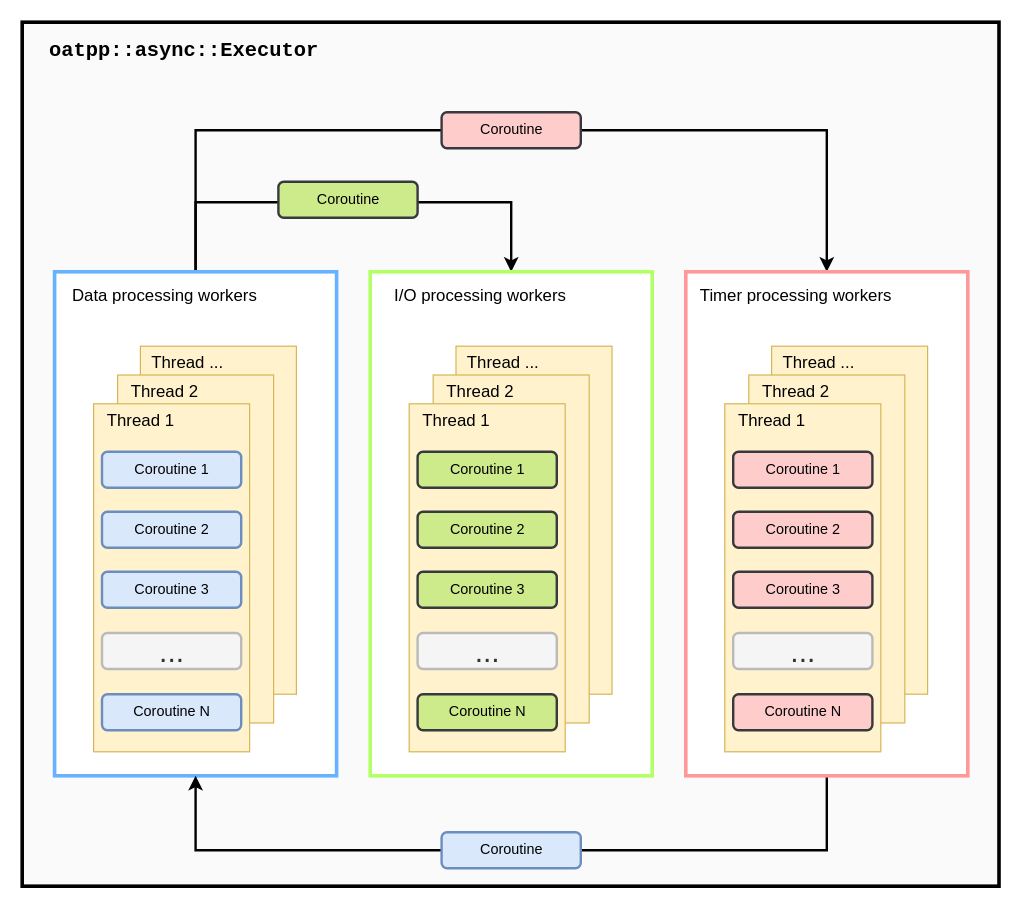
Before: diagram/src/oatpp_async_executor.drawio in lganzzzo/oatpp-website-res, a draw.io diagram. Source tidied: cells renumbered, new cells numbered last; positions are measured from the earlier drawing's top-left corner, leaving out a move shared by most shapes. Both pictures are drawn from the tidied source at 120%, with x=0, y=0 at pixel (22, 22).
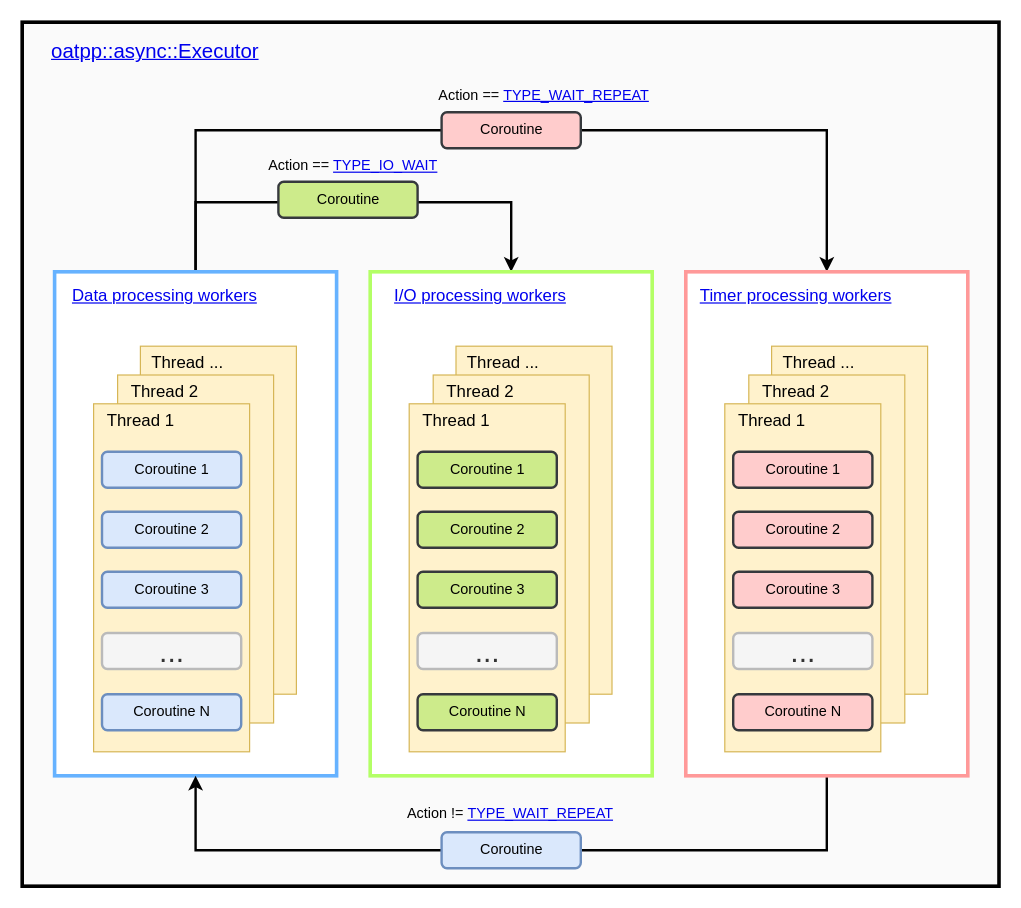
The same diagram, later.

Commit message (it also covers changes not shown here):
better oatpp_async_executor diagram

Diff of the diagram source:
```diff
@@
-    <mxCell id="12" value="&lt;font style=&quot;font-size: 14px&quot;&gt;Data processing workers&lt;/font&gt;" style="text;html=1;strokeColor=none;fillColor=none;align=center;verticalAlign=middle;whiteSpace=wrap;rounded=0;" parent="1" vertex="1">
+    <mxCell id="12" value="&lt;font style=&quot;font-size: 14px&quot;&gt;&lt;a href=&quot;/api/latest/oatpp/core/async/Processor/&quot;&gt;Data processing workers&lt;/a&gt;&lt;/font&gt;" style="text;html=1;strokeColor=none;fillColor=none;align=center;verticalAlign=middle;whiteSpace=wrap;rounded=0;" parent="1" vertex="1">
       <mxGeometry x="33.5" y="218" width="170" height="20" as="geometry" />
     </mxCell>
@@
-    <mxCell id="25" value="&lt;font style=&quot;font-size: 14px&quot;&gt;I/O processing workers&lt;/font&gt;" style="text;html=1;strokeColor=none;fillColor=none;align=center;verticalAlign=middle;whiteSpace=wrap;rounded=0;" parent="1" vertex="1">
+    <mxCell id="25" value="&lt;font style=&quot;font-size: 14px&quot;&gt;&lt;a href=&quot;/api/latest/oatpp/core/async/worker/IOEventWorker/&quot;&gt;I/O processing workers&lt;/a&gt;&lt;/font&gt;" style="text;html=1;strokeColor=none;fillColor=none;align=center;verticalAlign=middle;whiteSpace=wrap;rounded=0;" parent="1" vertex="1">
       <mxGeometry x="296.5" y="218" width="170" height="20" as="geometry" />
     </mxCell>
@@
-    <mxCell id="39" value="&lt;font style=&quot;font-size: 14px&quot;&gt;Timer processing workers&lt;/font&gt;" style="text;html=1;strokeColor=none;fillColor=none;align=center;verticalAlign=middle;whiteSpace=wrap;rounded=0;" parent="1" vertex="1">
+    <mxCell id="39" value="&lt;font style=&quot;font-size: 14px&quot;&gt;&lt;a href=&quot;/api/latest/oatpp/core/async/worker/TimerWorker/&quot;&gt;Timer processing workers&lt;/a&gt;&lt;/font&gt;" style="text;html=1;strokeColor=none;fillColor=none;align=center;verticalAlign=middle;whiteSpace=wrap;rounded=0;" parent="1" vertex="1">
       <mxGeometry x="559.5" y="218" width="170" height="20" as="geometry" />
     </mxCell>
@@
-    <mxCell id="48" value="&lt;div style=&quot;text-align: left&quot;&gt;&lt;span&gt;&lt;font style=&quot;font-size: 17px&quot; face=&quot;Courier New&quot;&gt;&lt;b&gt;oatpp::async::Executor&lt;/b&gt;&lt;/font&gt;&lt;/span&gt;&lt;/div&gt;" style="text;html=1;strokeColor=none;fillColor=none;align=center;verticalAlign=middle;whiteSpace=wrap;rounded=0;" parent="1" vertex="1">
-      <mxGeometry x="1.5" y="10" width="266" height="30" as="geometry" />
+    <mxCell id="48" value="&lt;div style=&quot;text-align: left&quot;&gt;&lt;span&gt;&lt;font style=&quot;font-size: 17px&quot;&gt;&lt;a href=&quot;/api/latest/oatpp/core/async/Executor/&quot;&gt;oatpp::async::Executor&lt;/a&gt;&lt;/font&gt;&lt;/span&gt;&lt;/div&gt;" style="text;html=1;strokeColor=none;fillColor=none;align=center;verticalAlign=middle;whiteSpace=wrap;rounded=0;" parent="1" vertex="1">
+      <mxGeometry x="17.5" y="10" width="186" height="30" as="geometry" />
     </mxCell>
+    <mxCell id="49" value="Action ==&amp;nbsp;&lt;a href=&quot;/api/latest/oatpp/core/async/Coroutine/#action-type-io-wait&quot;&gt;TYPE_IO_WAIT&lt;/a&gt;&lt;br&gt;" style="text;html=1;strokeColor=none;fillColor=none;align=center;verticalAlign=middle;whiteSpace=wrap;rounded=0;" parent="1" vertex="1">
+      <mxGeometry x="185.5" y="110" width="180" height="20" as="geometry" />
+    </mxCell>
+    <mxCell id="50" value="Action ==&amp;nbsp;&lt;a href=&quot;/api/latest/oatpp/core/async/Coroutine/#action-type-wait-repeat&quot;&gt;TYPE_WAIT_REPEAT&lt;/a&gt;&lt;br&gt;" style="text;html=1;strokeColor=none;fillColor=none;align=center;verticalAlign=middle;whiteSpace=wrap;rounded=0;" parent="1" vertex="1">
+      <mxGeometry x="317" y="51" width="236" height="20" as="geometry" />
+    </mxCell>
+    <mxCell id="51" value="Action !=&amp;nbsp;&lt;a href=&quot;/api/latest/oatpp/core/async/Coroutine/#action-type-wait-repeat&quot;&gt;TYPE_WAIT_REPEAT&lt;/a&gt;&lt;br&gt;" style="text;html=1;strokeColor=none;fillColor=none;align=center;verticalAlign=middle;whiteSpace=wrap;rounded=0;" parent="1" vertex="1">
+      <mxGeometry x="289" y="650" width="236" height="20" as="geometry" />
+    </mxCell>
```
